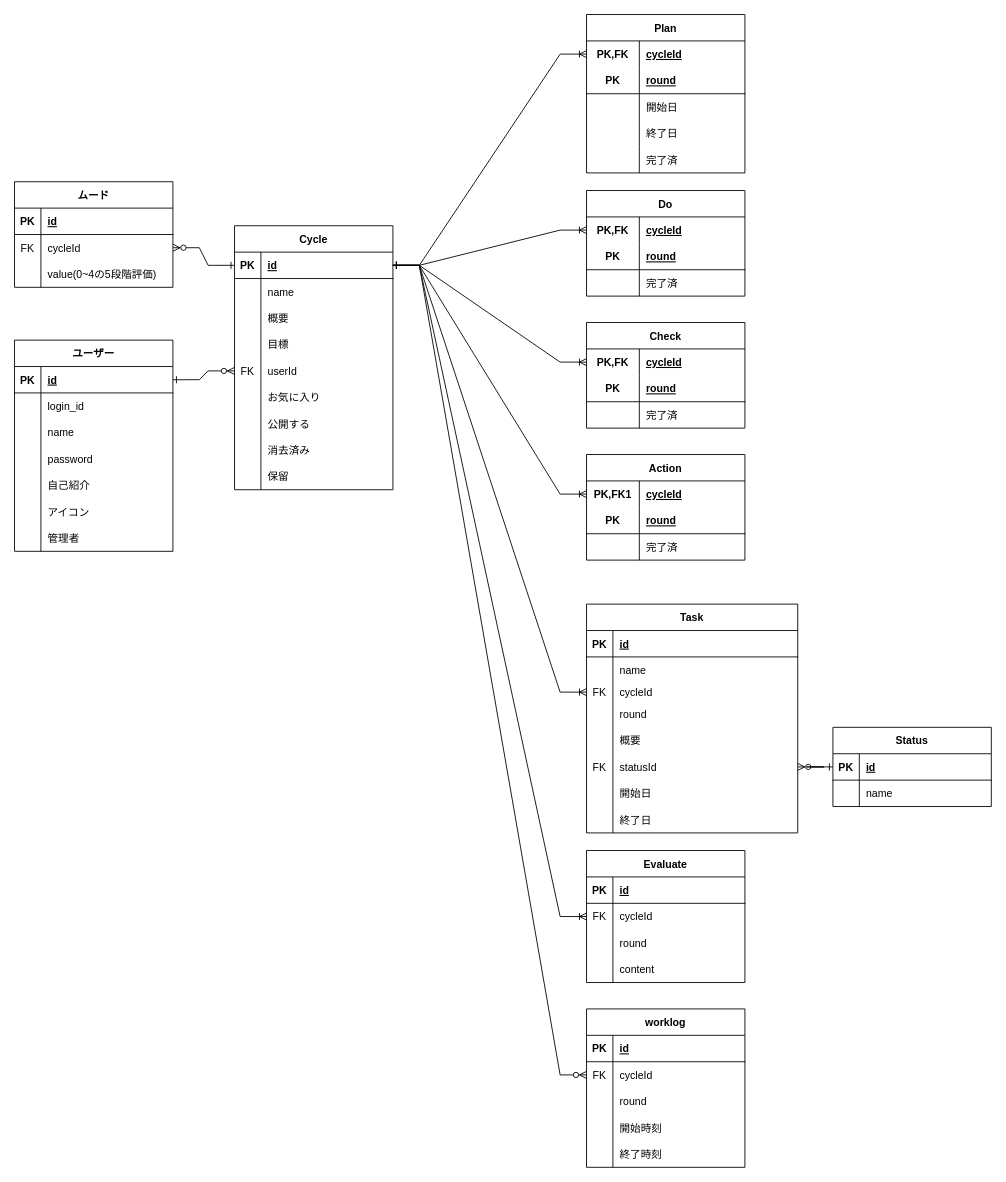
Above: page "ER図(論理図)" (3 of 9) of ER.drawio in katkatprog/drowio (draw.io), before the change. Source tidied: cells renumbered, new cells numbered last; positions are measured from the earlier drawing's top-left corner, leaving out a move shared by most shapes. Both pictures are drawn from the tidied source at 88%, with x=0, y=0 at pixel (14, 14).
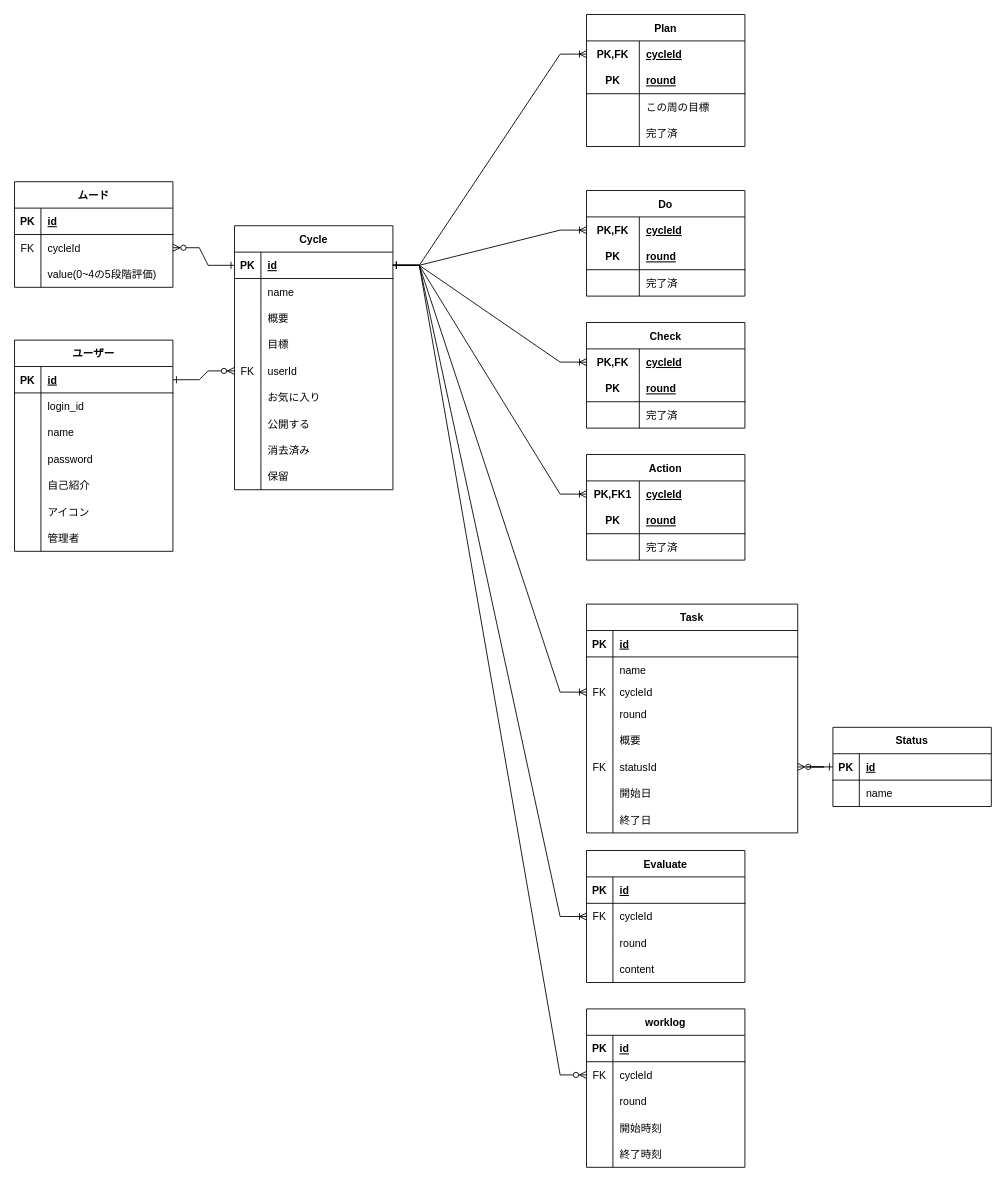
Above is the later version.

The change refers to these unchanged cells:
```xml
<mxCell id="136" style="shape=tableRow;horizontal=0;startSize=0;swimlaneHead=0;swimlaneBody=0;fillColor=none;top=0;left=0;right=0;bottom=0;" parent="129" vertex="1">
  <mxGeometry y="90" width="180" height="30" as="geometry" />
</mxCell>
```

What changed in the source:
```diff
@@
     <mxCell id="129" value="Plan" style="shape=table;startSize=30;childLayout=tableLayout;rowLines=0;fontStyle=1;align=center;" parent="1" vertex="1">
-      <mxGeometry x="650" width="180" height="180" as="geometry" />
+      <mxGeometry x="650" width="180" height="150" as="geometry" />
     </mxCell>
@@
-    <mxCell id="138" value="開始日" style="shape=partialRectangle;fillColor=none;top=0;left=0;bottom=0;right=0;align=left;spacingLeft=6;overflow=hidden;" parent="136" vertex="1">
+    <mxCell id="138" value="この周の目標" style="shape=partialRectangle;fillColor=none;top=0;left=0;bottom=0;right=0;align=left;spacingLeft=6;overflow=hidden;" parent="136" vertex="1">
       <mxGeometry x="60" width="120" height="30" as="geometry" />
     </mxCell>
-    <mxCell id="139" style="shape=tableRow;horizontal=0;startSize=0;swimlaneHead=0;swimlaneBody=0;fillColor=none;top=0;left=0;right=0;bottom=0;" parent="129" vertex="1">
-      <mxGeometry y="120" width="180" height="30" as="geometry" />
-    </mxCell>
-    <mxCell id="140" style="shape=partialRectangle;fillColor=none;top=0;left=0;bottom=0;right=0;overflow=hidden;" parent="139" vertex="1">
-      <mxGeometry width="60" height="30" as="geometry" />
-    </mxCell>
-    <mxCell id="141" value="終了日" style="shape=partialRectangle;fillColor=none;top=0;left=0;bottom=0;right=0;align=left;spacingLeft=6;overflow=hidden;" parent="139" vertex="1">
-      <mxGeometry x="60" width="120" height="30" as="geometry" />
-    </mxCell>
     <mxCell id="142" style="shape=tableRow;horizontal=0;startSize=0;swimlaneHead=0;swimlaneBody=0;fillColor=none;top=0;left=0;right=0;bottom=0;" parent="129" vertex="1">
-      <mxGeometry y="150" width="180" height="30" as="geometry" />
+      <mxGeometry y="120" width="180" height="30" as="geometry" />
     </mxCell>
```
